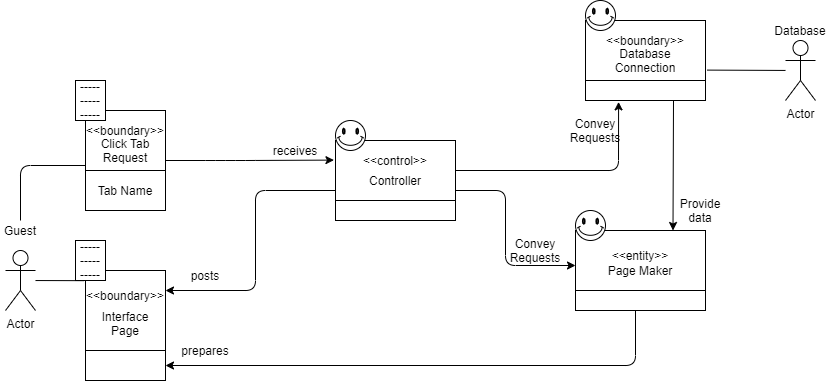
Above: docs/DomainModels/diagrams/DM-UC-10.png in youngkwon02/Enhanced-library-management (draw.io), before the change. Source tidied: cells renumbered, new cells last; positions are measured from the earlier drawing's top-left corner, leaving out a move shared by most shapes.
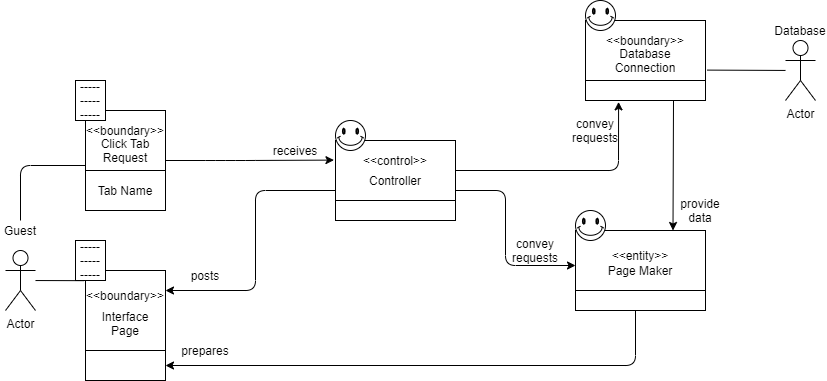
Later version of the same file.

What changed in the source:
```diff
@@ -103,13 +103,13 @@
     <mxCell id="23" value="prepares" style="text;html=1;strokeColor=none;fillColor=none;align=center;verticalAlign=middle;whiteSpace=wrap;rounded=0;" parent="1" vertex="1">
       <mxGeometry x="185" y="340" width="40" height="20" as="geometry" />
     </mxCell>
-    <mxCell id="24" value="Convey Requests" style="text;html=1;strokeColor=none;fillColor=none;align=center;verticalAlign=middle;whiteSpace=wrap;rounded=0;" parent="1" vertex="1">
+    <mxCell id="24" value="convey requests" style="text;html=1;strokeColor=none;fillColor=none;align=center;verticalAlign=middle;whiteSpace=wrap;rounded=0;" parent="1" vertex="1">
       <mxGeometry x="515" y="240" width="40" height="20" as="geometry" />
     </mxCell>
-    <mxCell id="25" value="Convey Requests" style="text;html=1;strokeColor=none;fillColor=none;align=center;verticalAlign=middle;whiteSpace=wrap;rounded=0;" parent="1" vertex="1">
+    <mxCell id="25" value="convey requests" style="text;html=1;strokeColor=none;fillColor=none;align=center;verticalAlign=middle;whiteSpace=wrap;rounded=0;" parent="1" vertex="1">
       <mxGeometry x="575" y="120" width="40" height="20" as="geometry" />
     </mxCell>
-    <mxCell id="26" value="Provide data" style="text;html=1;strokeColor=none;fillColor=none;align=center;verticalAlign=middle;whiteSpace=wrap;rounded=0;" parent="1" vertex="1">
+    <mxCell id="26" value="provide data" style="text;html=1;strokeColor=none;fillColor=none;align=center;verticalAlign=middle;whiteSpace=wrap;rounded=0;" parent="1" vertex="1">
       <mxGeometry x="680" y="200" width="40" height="20" as="geometry" />
     </mxCell>
     <mxCell id="27" style="endArrow=none;html=1;exitX=0.5;exitY=0;exitDx=0;exitDy=0;entryX=0;entryY=0.5;entryDx=0;entryDy=0;" parent="1" edge="1" source="10">
```
